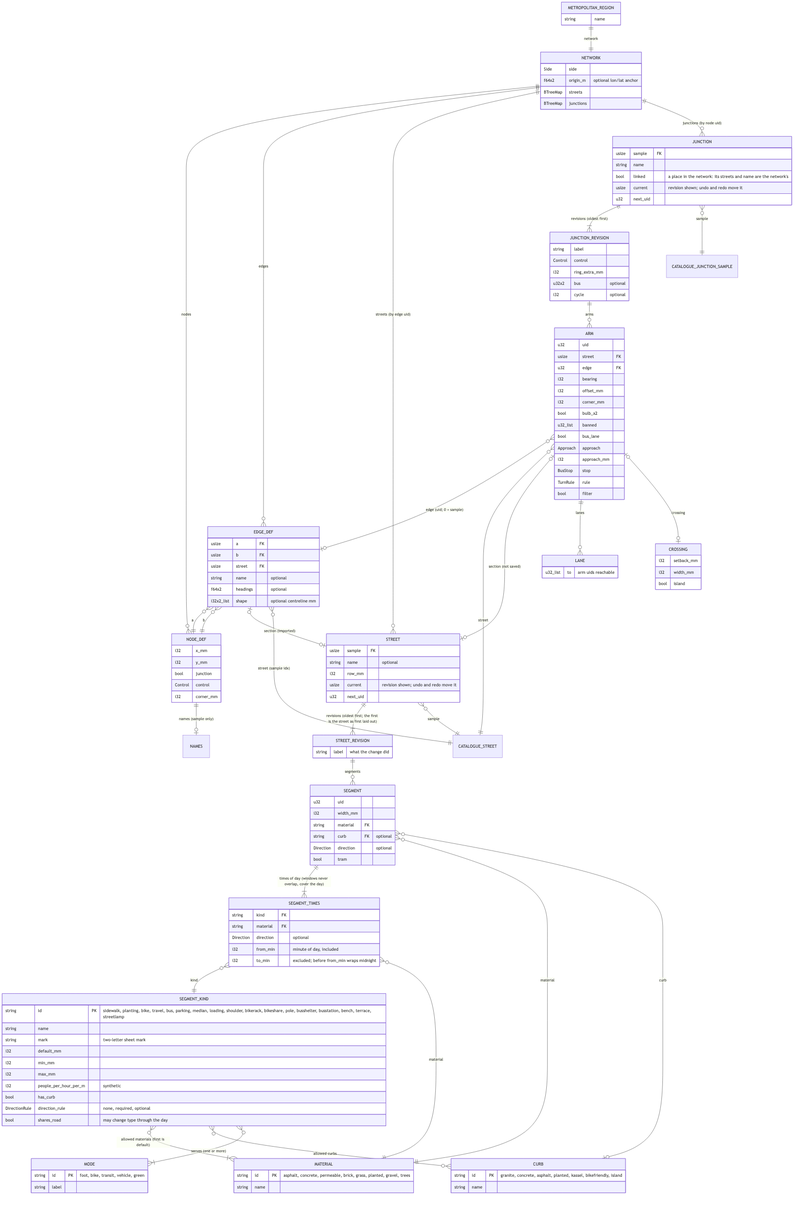
Above: docs/erd.png in alandovskis/cityloom (Mermaid), before the change. Its source is kept beside it as docs/erd.mmd.
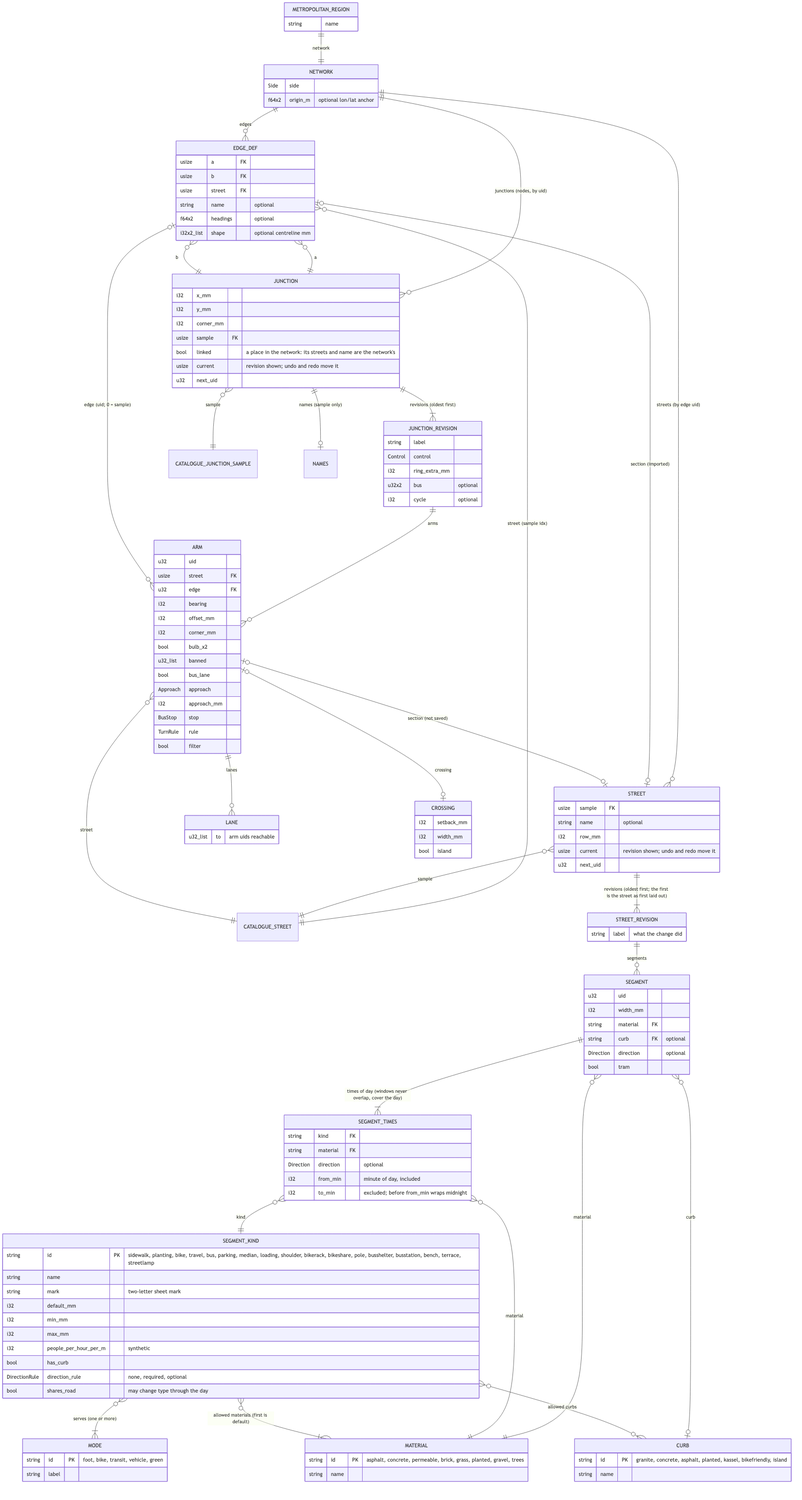
After the commit.

Commit message:
docs(erd): every node is a junction

What changed in the source:
```diff
@@ -1,15 +1,14 @@
 erDiagram
     METROPOLITAN_REGION ||--|| NETWORK : "network"
 
-    NETWORK ||--o{ NODE_DEF : nodes
     NETWORK ||--o{ EDGE_DEF : edges
     NETWORK ||--o{ STREET : "streets (by edge uid)"
-    NETWORK ||--o{ JUNCTION : "junctions (by node uid)"
+    NETWORK ||--o{ JUNCTION : "junctions (nodes, by uid)"
     JUNCTION ||--|{ JUNCTION_REVISION : "revisions (oldest first)"
     JUNCTION }o--|| CATALOGUE_JUNCTION_SAMPLE : sample
-    NODE_DEF ||--o| NAMES : "names (sample only)"
-    EDGE_DEF }o--|| NODE_DEF : "a"
-    EDGE_DEF }o--|| NODE_DEF : "b"
+    JUNCTION ||--o| NAMES : "names (sample only)"
+    EDGE_DEF }o--|| JUNCTION : "a"
+    EDGE_DEF }o--|| JUNCTION : "b"
     EDGE_DEF |o--o| STREET : "section (imported)"
     EDGE_DEF }o--|| CATALOGUE_STREET : "street (sample idx)"
 
@@ -38,15 +37,6 @@
     NETWORK {
         Side side
         f64x2 origin_m "optional lon/lat anchor"
-        BTreeMap streets
-        BTreeMap junctions
-    }
-    NODE_DEF {
-        i32 x_mm
-        i32 y_mm
-        bool junction
-        Control control
-        i32 corner_mm
     }
     EDGE_DEF {
         usize a FK
@@ -106,8 +96,10 @@
         string name
     }
     JUNCTION {
+        i32 x_mm
+        i32 y_mm
+        i32 corner_mm
         usize sample FK
-        string name
         bool linked "a place in the network: its streets and name are the network's"
         usize current "revision shown; undo and redo move it"
         u32 next_uid
```
